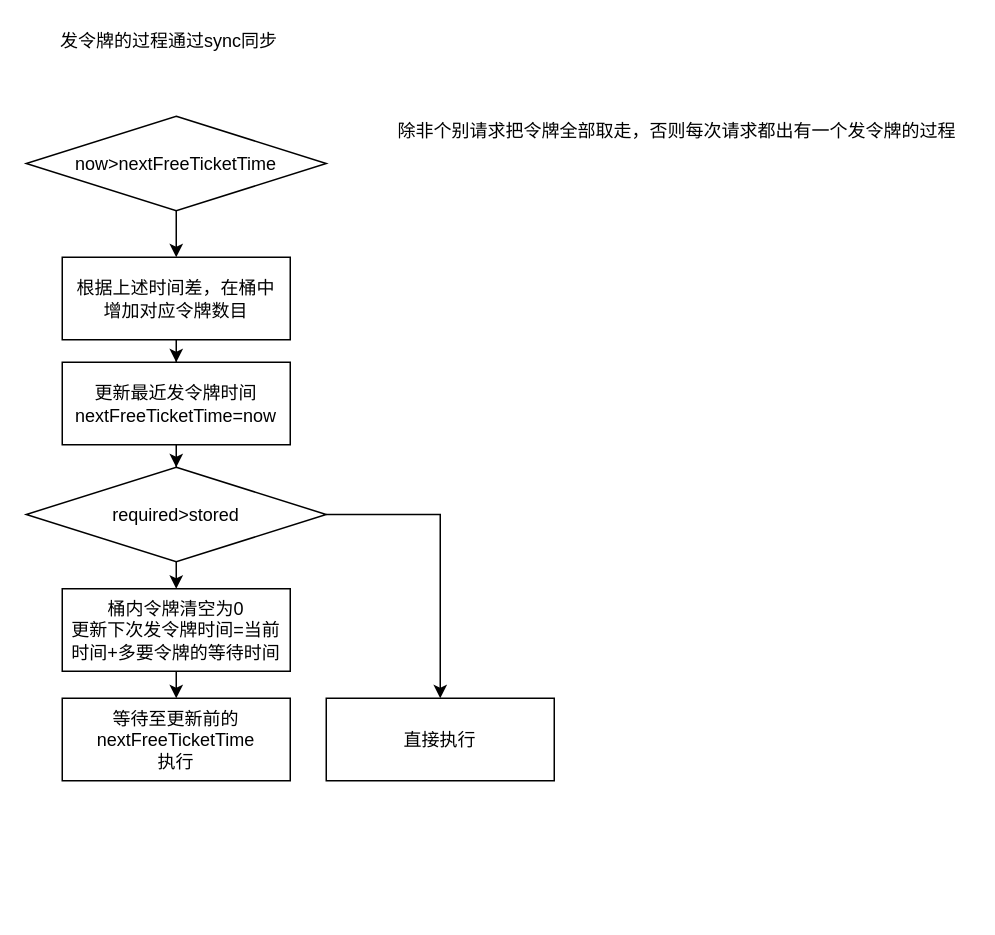
Before: ratelimiter.drawio in MihirrajDixit/drawio, a draw.io diagram. Source tidied: cells renumbered, new cells numbered last; positions are measured from the earlier drawing's top-left corner, leaving out a move shared by most shapes. Both pictures are drawn from the tidied source at 150%, with x=0, y=0 at pixel (26, 26).
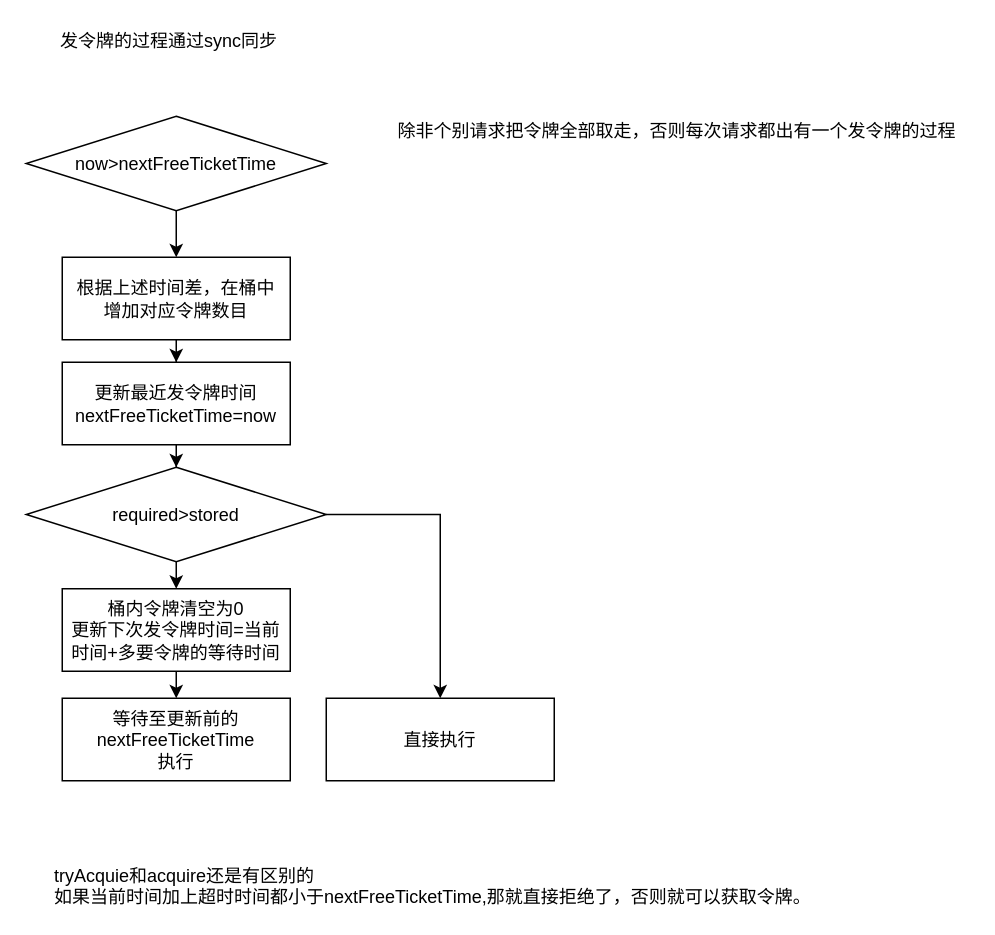
After the change.

What changed in the source:
```diff
@@
 <mxGraphModel>
   <root>
     <mxCell id="0" />
     <mxCell id="1" parent="0" />
     <mxCell id="2" style="edgeStyle=orthogonalEdgeStyle;rounded=0;jettySize=auto;html=1;exitX=0.5;exitY=1;exitDx=0;exitDy=0;entryX=0.5;entryY=0;entryDx=0;entryDy=0;" parent="1" edge="1" source="3" target="5">
       <mxGeometry relative="1" as="geometry" />
     </mxCell>
     <mxCell id="3" value="now&amp;gt;nextFreeTicketTime" style="rhombus;whiteSpace=wrap;html=1;" parent="1" vertex="1">
       <mxGeometry y="60" width="200" height="63" as="geometry" />
     </mxCell>
     <mxCell id="4" style="edgeStyle=orthogonalEdgeStyle;rounded=0;jettySize=auto;html=1;exitX=0.5;exitY=1;exitDx=0;exitDy=0;" parent="1" edge="1" source="5" target="7">
       <mxGeometry relative="1" as="geometry" />
     </mxCell>
     <mxCell id="5" value="根据上述时间差，在桶中&lt;br&gt;增加对应令牌数目" style="rounded=0;whiteSpace=wrap;html=1;" parent="1" vertex="1">
       <mxGeometry x="24" y="154" width="152" height="55" as="geometry" />
     </mxCell>
     <mxCell id="6" style="edgeStyle=orthogonalEdgeStyle;rounded=0;jettySize=auto;html=1;exitX=0.5;exitY=1;exitDx=0;exitDy=0;" parent="1" edge="1" source="7" target="12">
       <mxGeometry relative="1" as="geometry" />
     </mxCell>
     <mxCell id="7" value="更新最近发令牌时间&lt;br&gt;nextFreeTicketTime=now" style="rounded=0;whiteSpace=wrap;html=1;" parent="1" vertex="1">
       <mxGeometry x="24" y="224" width="152" height="55" as="geometry" />
     </mxCell>
     <mxCell id="8" value="发令牌的过程通过sync同步" style="text;html=1;align=left;verticalAlign=top;spacingTop=-4;" parent="1" vertex="1">
       <mxGeometry x="21" width="155" height="14" as="geometry" />
     </mxCell>
     <mxCell id="9" value="除非个别请求把令牌全部取走，否则每次请求都出有一个发令牌的过程" style="text;html=1;align=left;verticalAlign=top;spacingTop=-4;" parent="1" vertex="1">
       <mxGeometry x="246" y="60" width="382" height="14" as="geometry" />
     </mxCell>
     <mxCell id="10" style="edgeStyle=orthogonalEdgeStyle;rounded=0;jettySize=auto;html=1;exitX=0.5;exitY=1;exitDx=0;exitDy=0;entryX=0.5;entryY=0;entryDx=0;entryDy=0;" parent="1" edge="1" source="12" target="14">
       <mxGeometry relative="1" as="geometry" />
     </mxCell>
     <mxCell id="11" style="edgeStyle=orthogonalEdgeStyle;rounded=0;jettySize=auto;html=1;exitX=1;exitY=0.5;exitDx=0;exitDy=0;entryX=0.5;entryY=0;entryDx=0;entryDy=0;" parent="1" edge="1" source="12" target="16">
       <mxGeometry relative="1" as="geometry" />
     </mxCell>
     <mxCell id="12" value="required&amp;gt;stored" style="rhombus;whiteSpace=wrap;html=1;" parent="1" vertex="1">
       <mxGeometry y="294" width="200" height="63" as="geometry" />
     </mxCell>
     <mxCell id="13" style="edgeStyle=orthogonalEdgeStyle;rounded=0;jettySize=auto;html=1;exitX=0.5;exitY=1;exitDx=0;exitDy=0;entryX=0.5;entryY=0;entryDx=0;entryDy=0;" parent="1" edge="1" source="14" target="15">
       <mxGeometry relative="1" as="geometry" />
     </mxCell>
     <mxCell id="14" value="桶内令牌清空为0&lt;br&gt;更新下次发令牌时间=当前时间+多要令牌的等待时间" style="rounded=0;whiteSpace=wrap;html=1;" parent="1" vertex="1">
       <mxGeometry x="24" y="375" width="152" height="55" as="geometry" />
     </mxCell>
     <mxCell id="15" value="等待至更新前的nextFreeTicketTime&lt;br&gt;执行" style="rounded=0;whiteSpace=wrap;html=1;" parent="1" vertex="1">
       <mxGeometry x="24" y="448" width="152" height="55" as="geometry" />
     </mxCell>
     <mxCell id="16" value="直接执行" style="rounded=0;whiteSpace=wrap;html=1;" parent="1" vertex="1">
       <mxGeometry x="200" y="448" width="152" height="55" as="geometry" />
     </mxCell>
+    <mxCell id="17" value="tryAcquie和acquire还是有区别的&lt;br&gt;如果当前时间加上超时时间都小于nextFreeTicketTime,那就直接拒绝了，否则就可以获取令牌。" style="text;html=1;align=left;verticalAlign=top;spacingTop=-4;" parent="1" vertex="1">
+      <mxGeometry x="17" y="557" width="514" height="28" as="geometry" />
+    </mxCell>
   </root>
 </mxGraphModel>
```
